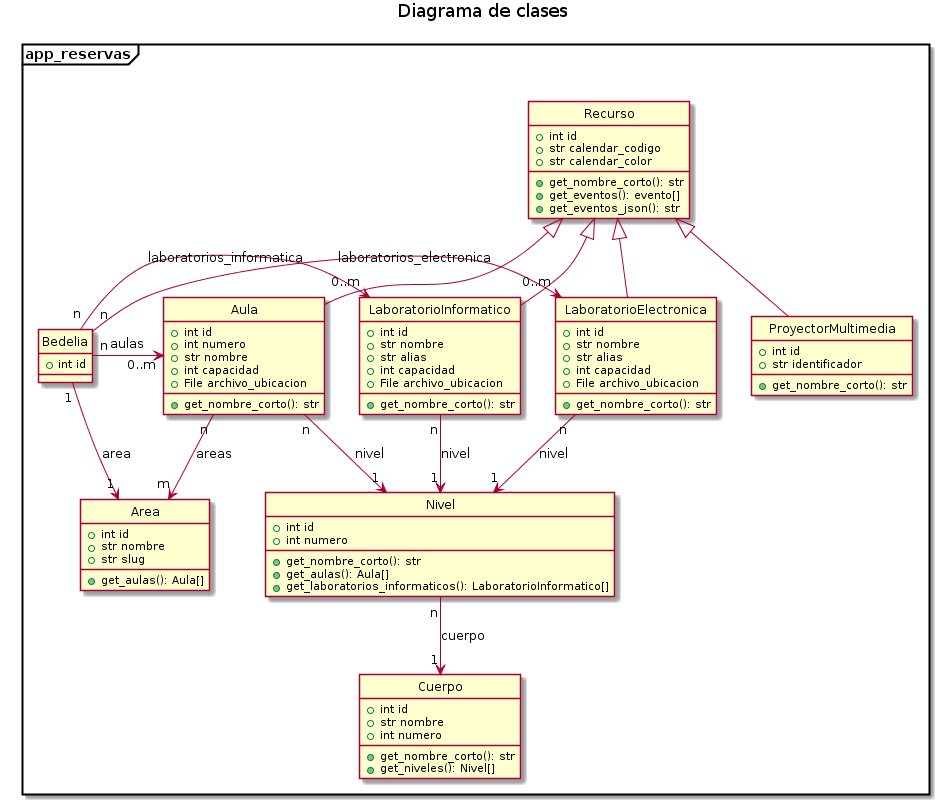
The PlantUML diagram docs/uml/diagrama_clases.png in utn-frm-si/reservas, before a commit.
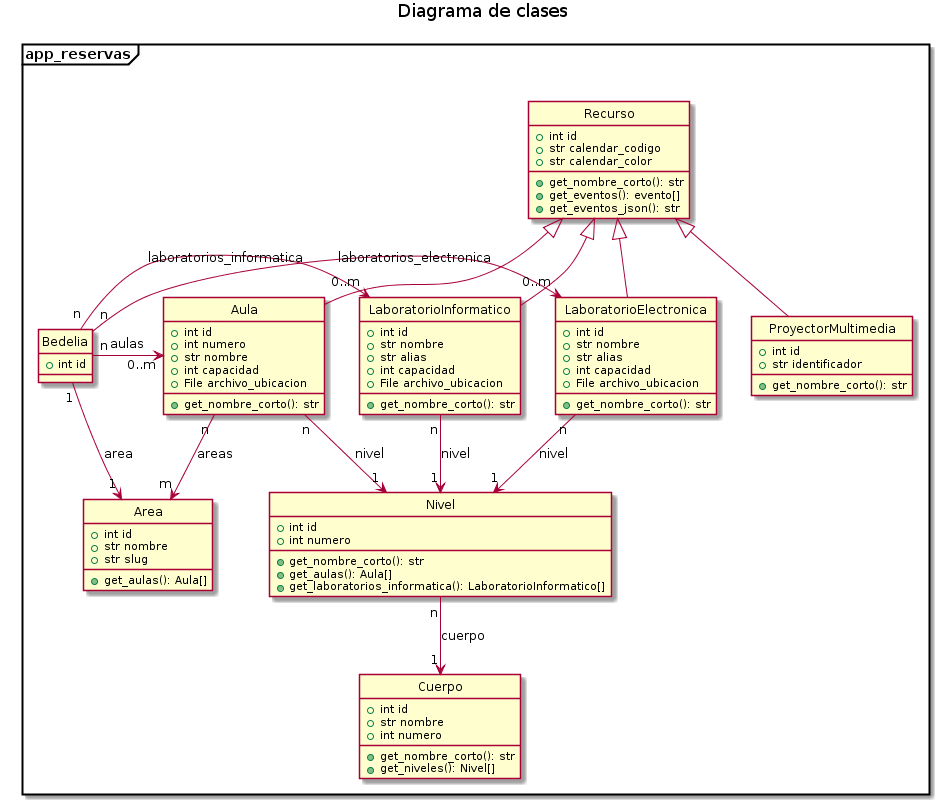
Above is the later version.

Commit message:
Corrección en la obtención de laboratorios informáticos de un nivel

The edit, as a diff of the source:
```diff
@@ -65,7 +65,7 @@
         + int numero
         + get_nombre_corto(): str
         + get_aulas(): Aula[]
-        + get_laboratorios_informaticos(): LaboratorioInformatico[]
+        + get_laboratorios_informatica(): LaboratorioInformatico[]
     }
 
     class ProyectorMultimedia {
```
